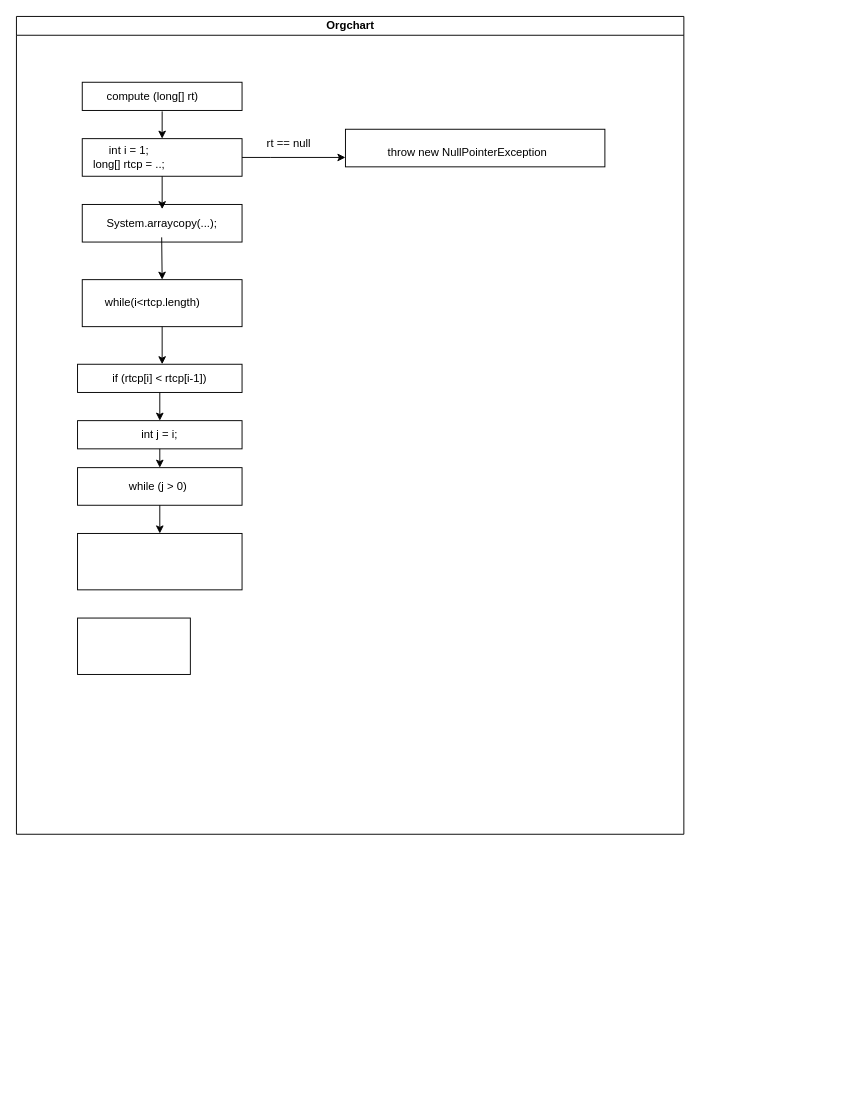
Above: Se-ü5.drawio in Hiba97/Software-Engineering (draw.io), before the change. Source tidied: cells renumbered, new cells numbered last; positions are measured from the earlier drawing's top-left corner, leaving out a move shared by most shapes. Both pictures are drawn from the tidied source at 94%, with x=0, y=0 at pixel (16, 16).
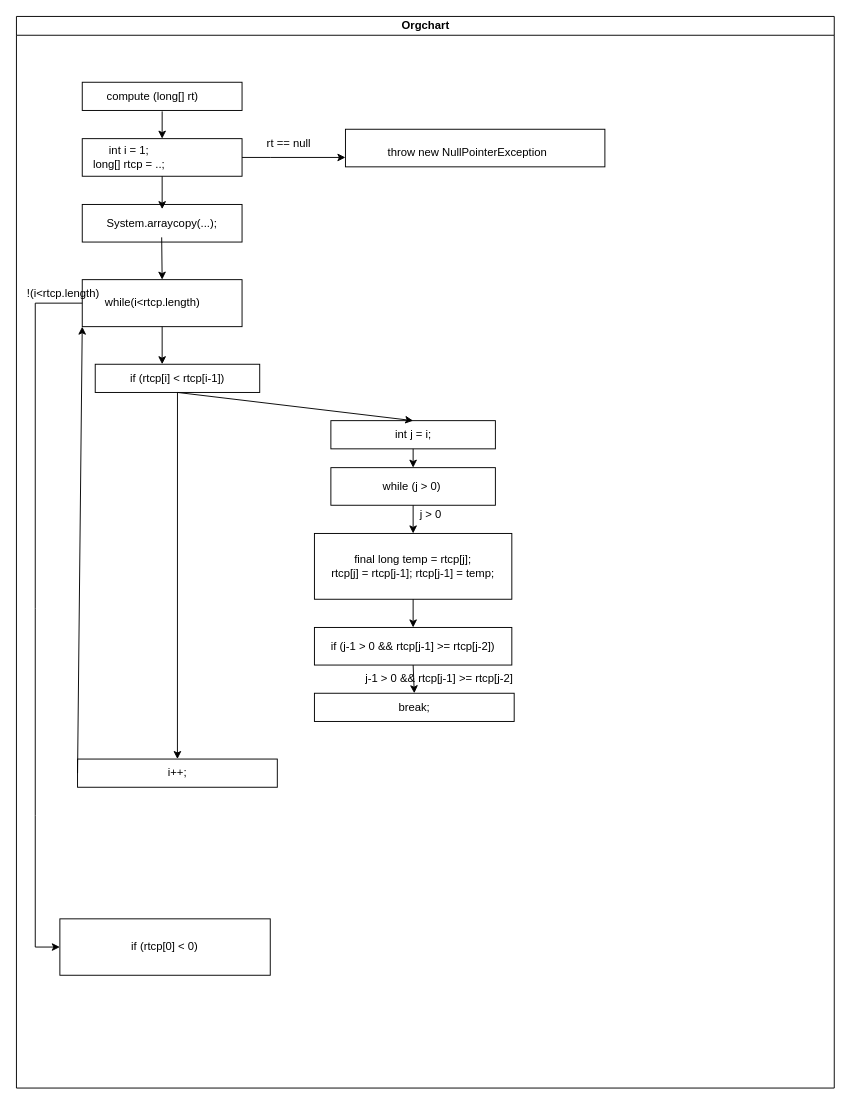
After the change.

Unchanged cells that the change refers to:
```xml
<mxCell id="15" style="rounded=0;whiteSpace=wrap;html=1;" parent="2" vertex="1">
  <mxGeometry x="70" y="280" width="170" height="50" as="geometry" />
</mxCell>
```

Change to the diagram source:
```diff
@@
     <mxCell id="2" value="Orgchart" style="swimlane;html=1;startSize=20;horizontal=1;containerType=tree;glass=0;" parent="1" vertex="1">
-      <mxGeometry width="710" height="870" as="geometry" />
+      <mxGeometry width="870" height="1140" as="geometry" />
     </mxCell>
@@
     <mxCell id="19" value="if (rtcp[i] &amp;lt; rtcp[i-1])" style="rounded=0;whiteSpace=wrap;html=1;" parent="2" vertex="1">
-      <mxGeometry x="65" y="370" width="175" height="30" as="geometry" />
+      <mxGeometry x="83.8" y="370" width="175" height="30" as="geometry" />
     </mxCell>
     <mxCell id="20" value="int j = i;" style="rounded=0;whiteSpace=wrap;html=1;" parent="2" vertex="1">
-      <mxGeometry x="65" y="430" width="175" height="30" as="geometry" />
+      <mxGeometry x="334.5" y="430" width="175" height="30" as="geometry" />
     </mxCell>
     <mxCell id="21" value="while (j &amp;gt; 0)&amp;nbsp;" style="rounded=0;whiteSpace=wrap;html=1;" parent="2" vertex="1">
-      <mxGeometry x="65" y="480" width="175" height="40" as="geometry" />
+      <mxGeometry x="334.5" y="480" width="175" height="40" as="geometry" />
     </mxCell>
@@
-    <mxCell id="24" style="rounded=0;whiteSpace=wrap;html=1;" parent="2" vertex="1">
-      <mxGeometry x="65" y="550" width="175" height="60" as="geometry" />
+    <mxCell id="24" value="&lt;div&gt;final long temp = rtcp[j];&lt;/div&gt;&lt;div&gt;rtcp[j] = rtcp[j-1]; rtcp[j-1] = temp;&lt;/div&gt;" style="rounded=0;whiteSpace=wrap;html=1;" parent="2" vertex="1">
+      <mxGeometry x="317" y="550" width="210" height="70" as="geometry" />
     </mxCell>
@@
-    <mxCell id="26" style="rounded=0;whiteSpace=wrap;html=1;" parent="2" vertex="1">
-      <mxGeometry x="65" y="640" width="120" height="60" as="geometry" />
+    <mxCell id="26" value="if (j-1 &amp;gt; 0 &amp;amp;&amp;amp; rtcp[j-1] &amp;gt;= rtcp[j-2])" style="rounded=0;whiteSpace=wrap;html=1;" parent="2" vertex="1">
+      <mxGeometry x="317" y="650" width="210" height="40" as="geometry" />
     </mxCell>
+    <mxCell id="27" value="j &amp;gt; 0" style="text;html=1;strokeColor=none;fillColor=none;align=center;verticalAlign=middle;whiteSpace=wrap;rounded=0;" parent="2" vertex="1">
+      <mxGeometry x="411" y="515" width="60" height="30" as="geometry" />
+    </mxCell>
+    <mxCell id="28" value="break;" style="rounded=0;whiteSpace=wrap;html=1;" parent="2" vertex="1">
+      <mxGeometry x="317" y="720" width="212.5" height="30" as="geometry" />
+    </mxCell>
+    <mxCell id="29" value="i++;" style="rounded=0;whiteSpace=wrap;html=1;" parent="2" vertex="1">
+      <mxGeometry x="65" y="790" width="212.5" height="30" as="geometry" />
+    </mxCell>
+    <mxCell id="30" style="endArrow=classic;html=1;rounded=0;exitX=0.5;exitY=1;exitDx=0;exitDy=0;entryX=0.5;entryY=0;entryDx=0;entryDy=0;" parent="2" edge="1" source="19" target="29">
+      <mxGeometry relative="1" as="geometry" />
+    </mxCell>
+    <mxCell id="31" style="endArrow=classic;html=1;rounded=0;exitX=0.5;exitY=1;exitDx=0;exitDy=0;entryX=0.5;entryY=0;entryDx=0;entryDy=0;" parent="2" edge="1" source="24" target="26">
+      <mxGeometry relative="1" as="geometry" />
+    </mxCell>
+    <mxCell id="32" style="endArrow=classic;html=1;rounded=0;exitX=0.5;exitY=1;exitDx=0;exitDy=0;entryX=0.5;entryY=0;entryDx=0;entryDy=0;" parent="2" edge="1" source="26" target="28">
+      <mxGeometry relative="1" as="geometry" />
+    </mxCell>
+    <mxCell id="33" value="j-1 &amp;gt; 0 &amp;amp;&amp;amp; rtcp[j-1] &amp;gt;= rtcp[j-2]" style="text;html=1;strokeColor=none;fillColor=none;align=center;verticalAlign=middle;whiteSpace=wrap;rounded=0;" parent="2" vertex="1">
+      <mxGeometry x="330" y="690" width="240" height="30" as="geometry" />
+    </mxCell>
+    <mxCell id="34" value="if (rtcp[0] &amp;lt; 0)" style="rounded=0;whiteSpace=wrap;html=1;" parent="2" vertex="1">
+      <mxGeometry x="46.2" y="960" width="223.8" height="60" as="geometry" />
+    </mxCell>
+    <mxCell id="35" style="endArrow=classic;html=1;rounded=0;exitX=0;exitY=0.5;exitDx=0;exitDy=0;entryX=0;entryY=0.5;entryDx=0;entryDy=0;" parent="2" edge="1" source="15" target="34">
+      <mxGeometry relative="1" as="geometry">
+        <Array as="points">
+          <mxPoint x="20" y="305" />
+          <mxPoint x="20" y="630" />
+          <mxPoint x="20" y="850" />
+          <mxPoint x="20" y="990" />
+        </Array>
+      </mxGeometry>
+    </mxCell>
+    <mxCell id="36" style="endArrow=classic;html=1;rounded=0;exitX=0;exitY=0.5;exitDx=0;exitDy=0;entryX=0;entryY=1;entryDx=0;entryDy=0;" parent="2" edge="1" source="29" target="15">
+      <mxGeometry relative="1" as="geometry" />
+    </mxCell>
+    <mxCell id="37" value="!(i&amp;lt;rtcp.length)" style="text;html=1;strokeColor=none;fillColor=none;align=center;verticalAlign=middle;whiteSpace=wrap;rounded=0;" parent="2" vertex="1">
+      <mxGeometry x="10" y="280" width="80" height="30" as="geometry" />
+    </mxCell>
```
